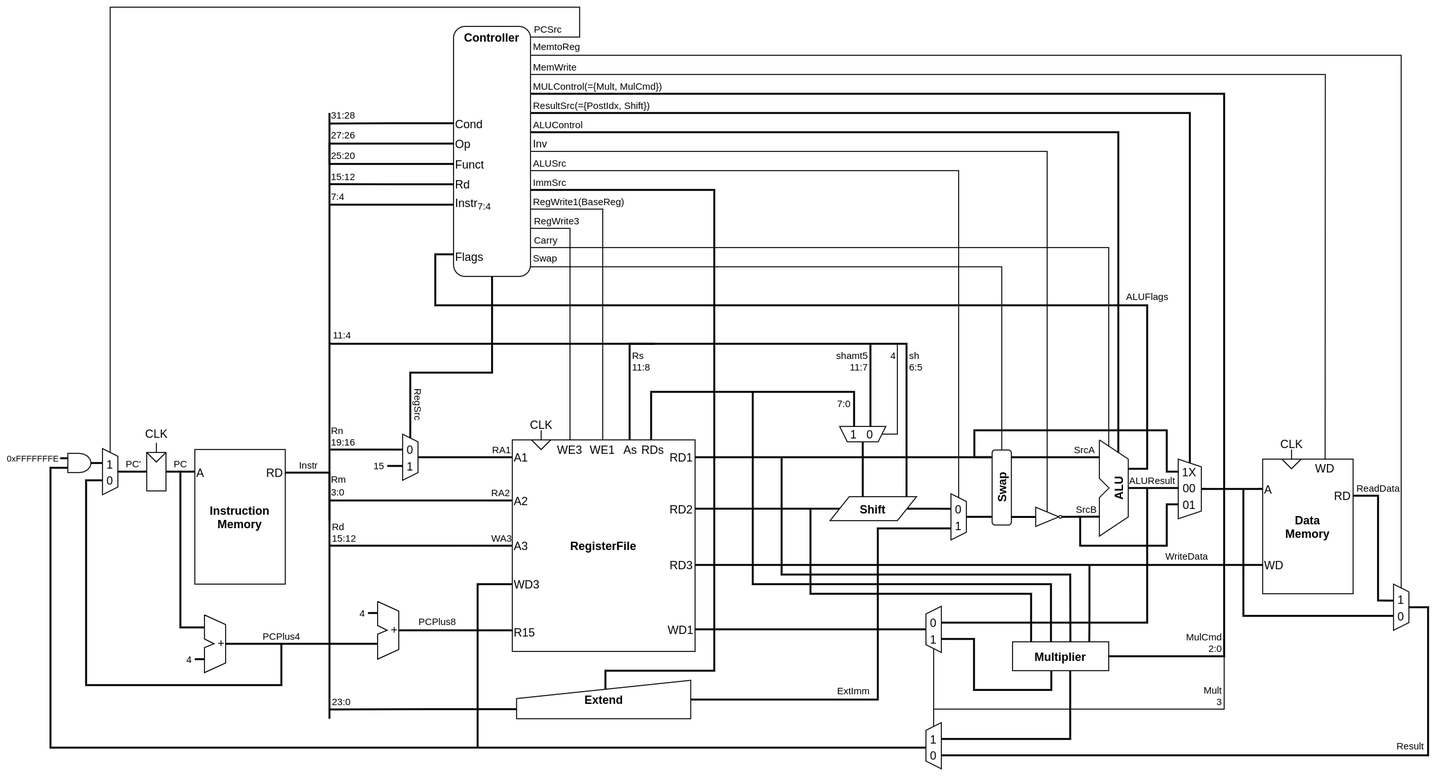
The draw.io diagram asset/arm_cpu_diagram.drawio.png in takah29/arm-cpu, before a commit. Source tidied: cells renumbered, new cells last; positions are measured from the earlier drawing's top-left corner, leaving out a move shared by most shapes.
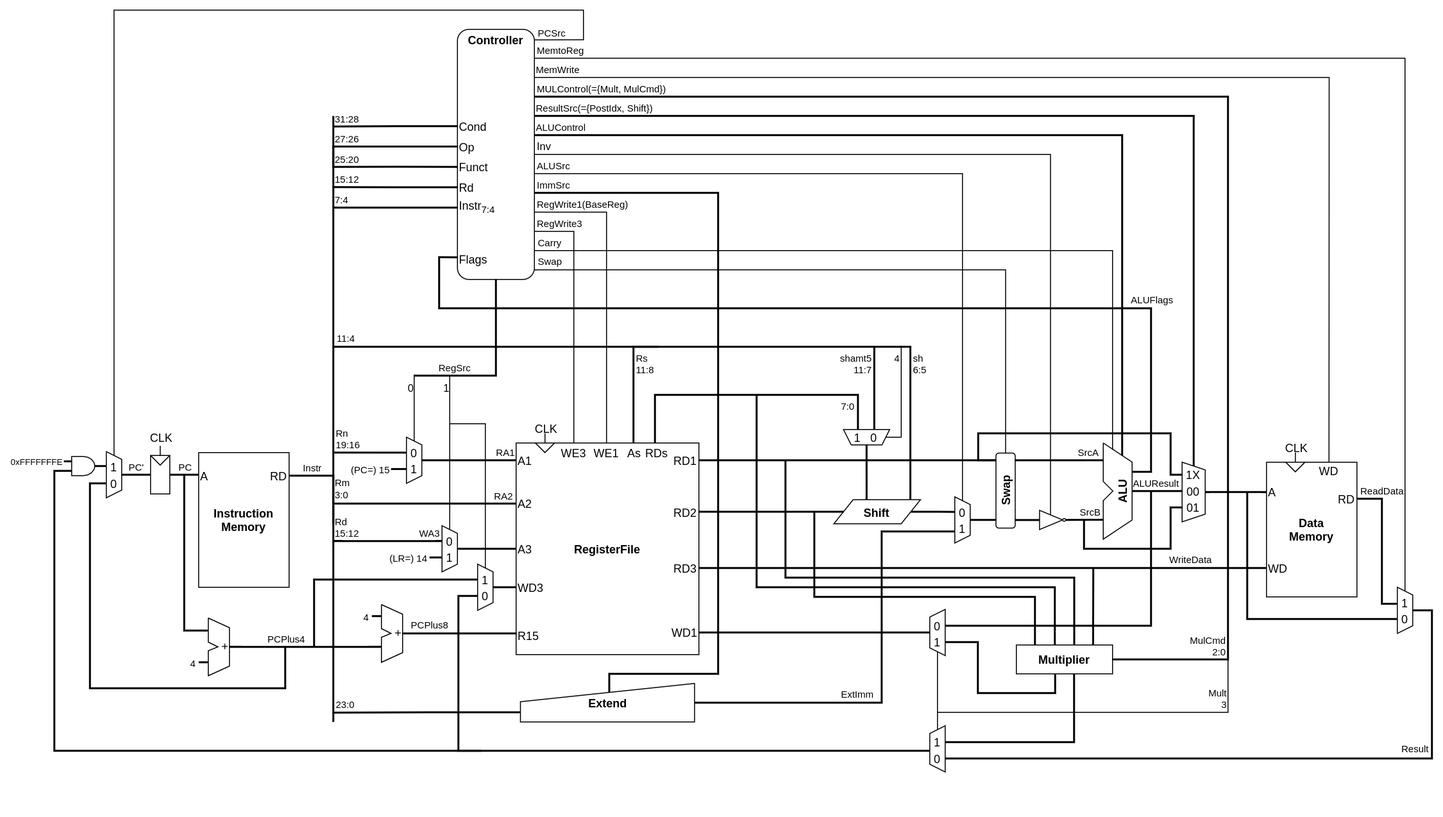
After the change.

Commit message:
回路図を修正

Change to the diagram source:
```diff
@@ -14,30 +14,31 @@
     <mxCell id="5" value="0" style="text;html=1;strokeColor=none;fillColor=none;align=center;verticalAlign=middle;whiteSpace=wrap;rounded=0;" parent="2" vertex="1">
       <mxGeometry x="3" y="6" width="10" height="20" as="geometry" />
     </mxCell>
-    <mxCell id="6" style="edgeStyle=orthogonalEdgeStyle;rounded=0;jettySize=auto;html=1;exitX=0;exitY=0.5;exitDx=0;exitDy=0;endArrow=none;endFill=0;strokeWidth=2;" parent="1" edge="1" source="94">
+    <mxCell id="6" style="edgeStyle=orthogonalEdgeStyle;rounded=0;jettySize=auto;html=1;exitX=0;exitY=0.5;exitDx=0;exitDy=0;endArrow=none;endFill=0;strokeWidth=2;" parent="1" edge="1" source="227">
       <mxGeometry relative="1" as="geometry">
-        <mxPoint x="290" y="560" as="targetPoint" />
+        <mxPoint x="290" y="552" as="targetPoint" />
         <Array as="points">
-          <mxPoint x="290" y="560" />
+          <mxPoint x="350" y="552" />
+          <mxPoint x="350" y="552" />
         </Array>
       </mxGeometry>
     </mxCell>
     <mxCell id="7" value="Rd&lt;br&gt;15:12" style="edgeLabel;html=1;align=left;verticalAlign=bottom;fontSize=10;labelBackgroundColor=none;" parent="6" vertex="1">
       <mxGeometry x="0.89" y="-1" relative="1" as="geometry">
-        <mxPoint x="-9.3" y="1" as="offset" />
+        <mxPoint x="-6.4" y="1" as="offset" />
       </mxGeometry>
     </mxCell>
     <mxCell id="8" value="WA3" style="edgeLabel;html=1;align=right;verticalAlign=bottom;fontSize=10;labelBackgroundColor=none;" parent="6" vertex="1">
       <mxGeometry x="-0.82" y="1" relative="1" as="geometry">
-        <mxPoint x="17.2" y="-1" as="offset" />
+        <mxPoint x="4.5" y="-1" as="offset" />
       </mxGeometry>
     </mxCell>
-    <mxCell id="9" style="edgeStyle=orthogonalEdgeStyle;rounded=0;jettySize=auto;html=1;exitX=0;exitY=0.5;exitDx=0;exitDy=0;endArrow=none;endFill=0;strokeWidth=2;" parent="1" edge="1" source="95">
+    <mxCell id="9" style="edgeStyle=orthogonalEdgeStyle;rounded=0;jettySize=auto;html=1;exitX=0;exitY=0.5;exitDx=0;exitDy=0;endArrow=none;endFill=0;strokeWidth=2;" parent="1" edge="1" source="220">
       <mxGeometry relative="1" as="geometry">
         <mxPoint x="444" y="770" as="targetPoint" />
         <Array as="points">
-          <mxPoint x="444" y="600" />
-          <mxPoint x="444" y="770" />
+          <mxPoint x="420" y="609" />
+          <mxPoint x="420" y="770" />
         </Array>
       </mxGeometry>
     </mxCell>
@@ -97,17 +98,18 @@
     <mxCell id="24" value="Instr&lt;sub&gt;7:4&lt;/sub&gt;" style="text;html=1;strokeColor=none;fillColor=none;align=left;verticalAlign=middle;whiteSpace=wrap;rounded=0;" parent="16" vertex="1">
       <mxGeometry x="-10" y="94.7" width="30" height="21.2" as="geometry" />
     </mxCell>
-    <mxCell id="25" style="edgeStyle=orthogonalEdgeStyle;rounded=0;jettySize=auto;html=1;exitX=0.5;exitY=1;exitDx=0;exitDy=0;endArrow=none;endFill=0;strokeWidth=2;entryX=0;entryY=0.5;entryDx=0;entryDy=0;" parent="1" edge="1" source="17" target="3">
+    <mxCell id="25" style="edgeStyle=orthogonalEdgeStyle;rounded=0;jettySize=auto;html=1;exitX=0.5;exitY=1;exitDx=0;exitDy=0;endArrow=none;endFill=0;strokeWidth=2;" parent="1" edge="1" source="17">
       <mxGeometry relative="1" as="geometry">
+        <mxPoint x="374" y="380" as="targetPoint" />
         <Array as="points">
           <mxPoint x="459" y="380" />
           <mxPoint x="374" y="380" />
         </Array>
       </mxGeometry>
     </mxCell>
-    <mxCell id="26" value="&lt;font style=&quot;font-size: 10px&quot;&gt;RegSrc&lt;/font&gt;" style="edgeLabel;html=1;align=center;verticalAlign=bottom;rotation=90;labelBackgroundColor=none;" parent="25" vertex="1">
+    <mxCell id="26" value="&lt;font style=&quot;font-size: 10px&quot;&gt;RegSrc&lt;/font&gt;" style="edgeLabel;html=1;align=center;verticalAlign=bottom;rotation=0;labelBackgroundColor=none;" parent="25" vertex="1">
       <mxGeometry x="0.68" y="1" relative="1" as="geometry">
-        <mxPoint x="-1" y="6.2" as="offset" />
+        <mxPoint x="11" y="-1" as="offset" />
       </mxGeometry>
     </mxCell>
     <mxCell id="27" style="edgeStyle=orthogonalEdgeStyle;rounded=0;jettySize=auto;html=1;exitX=0;exitY=0.5;exitDx=0;exitDy=0;endArrow=none;endFill=0;strokeWidth=2;" parent="1" edge="1" source="22">
@@ -165,9 +167,9 @@
         <mxPoint x="350" y="477" as="targetPoint" />
       </mxGeometry>
     </mxCell>
-    <mxCell id="38" value="15&amp;nbsp;" style="edgeLabel;html=1;align=right;verticalAlign=middle;fontSize=10;labelBackgroundColor=none;" parent="37" vertex="1">
+    <mxCell id="38" value="(PC=) 15" style="edgeLabel;html=1;align=right;verticalAlign=middle;fontSize=10;labelBackgroundColor=none;" parent="37" vertex="1">
       <mxGeometry x="0.26" relative="1" as="geometry">
-        <mxPoint x="-6" as="offset" />
+        <mxPoint x="-7" as="offset" />
       </mxGeometry>
     </mxCell>
     <mxCell id="39" style="edgeStyle=orthogonalEdgeStyle;rounded=0;jettySize=auto;html=1;endArrow=none;endFill=0;strokeWidth=2;exitX=0.883;exitY=0.001;exitDx=0;exitDy=0;exitPerimeter=0;" parent="1" edge="1" source="46">
@@ -709,7 +711,9 @@
       <mxGeometry relative="1" as="geometry" />
     </mxCell>
     <mxCell id="150" value="&lt;font style=&quot;font-size: 10px&quot;&gt;PCPlus8&lt;/font&gt;" style="edgeLabel;html=1;align=center;verticalAlign=bottom;fontSize=7;labelBackgroundColor=none;" parent="149" vertex="1">
-      <mxGeometry x="-0.32" y="1" relative="1" as="geometry" />
+      <mxGeometry x="-0.32" y="1" relative="1" as="geometry">
+        <mxPoint x="-13" as="offset" />
+      </mxGeometry>
     </mxCell>
     <mxCell id="151" style="group;rotation=90;" parent="1" vertex="1">
       <mxGeometry x="836.3" y="420" width="16" height="48" as="geometry" />
@@ -1017,7 +1021,7 @@
       </mxGeometry>
     </mxCell>
     <mxCell id="201" style="group;rotation=-180;" parent="1" vertex="1">
-      <mxGeometry x="910" y="746" width="16" height="48" as="geometry" />
+      <mxGeometry x="910" y="746" width="260" height="82" as="geometry" />
     </mxCell>
     <mxCell id="202" style="shape=trapezoid;perimeter=trapezoidPerimeter;whiteSpace=wrap;html=1;fixedSize=1;rotation=-90;size=8;" parent="201" vertex="1">
       <mxGeometry x="-16" y="14" width="48" height="16" as="geometry" />
@@ -1098,5 +1102,82 @@
         <mxPoint x="10" y="469" as="targetPoint" />
       </mxGeometry>
     </mxCell>
+    <mxCell id="218" style="group;" parent="1" vertex="1">
+      <mxGeometry x="440" y="576" width="16" height="48" as="geometry" />
+    </mxCell>
+    <mxCell id="219" style="shape=trapezoid;perimeter=trapezoidPerimeter;whiteSpace=wrap;html=1;fixedSize=1;rotation=90;size=8;" parent="218" vertex="1">
+      <mxGeometry x="-16" y="16" width="48" height="16" as="geometry" />
+    </mxCell>
+    <mxCell id="220" value="0" style="text;html=1;strokeColor=none;fillColor=none;align=center;verticalAlign=middle;whiteSpace=wrap;rounded=0;" parent="218" vertex="1">
+      <mxGeometry x="3" y="23" width="10" height="20" as="geometry" />
+    </mxCell>
+    <mxCell id="221" value="1" style="text;html=1;strokeColor=none;fillColor=none;align=center;verticalAlign=middle;whiteSpace=wrap;rounded=0;" parent="218" vertex="1">
+      <mxGeometry x="3" y="6" width="10" height="20" as="geometry" />
+    </mxCell>
+    <mxCell id="222" style="edgeStyle=orthogonalEdgeStyle;rounded=0;orthogonalLoop=1;jettySize=auto;html=1;endArrow=none;endFill=0;strokeWidth=2;" parent="1" edge="1">
+      <mxGeometry relative="1" as="geometry">
+        <mxPoint x="440" y="592" as="sourcePoint" />
+        <mxPoint x="270" y="662" as="targetPoint" />
+      </mxGeometry>
+    </mxCell>
+    <mxCell id="223" style="edgeStyle=orthogonalEdgeStyle;rounded=0;jettySize=auto;html=1;exitX=0.5;exitY=0;exitDx=0;exitDy=0;entryX=0;entryY=0.5;entryDx=0;entryDy=0;endArrow=none;endFill=0;strokeWidth=2;" parent="1" edge="1" source="219" target="95">
+      <mxGeometry relative="1" as="geometry" />
+    </mxCell>
+    <mxCell id="224" style="group;" parent="1" vertex="1">
+      <mxGeometry x="403" y="536" width="16" height="48" as="geometry" />
+    </mxCell>
+    <mxCell id="225" style="shape=trapezoid;perimeter=trapezoidPerimeter;whiteSpace=wrap;html=1;fixedSize=1;rotation=90;size=8;" parent="224" vertex="1">
+      <mxGeometry x="-16" y="16" width="48" height="16" as="geometry" />
+    </mxCell>
+    <mxCell id="226" value="1" style="text;html=1;strokeColor=none;fillColor=none;align=center;verticalAlign=middle;whiteSpace=wrap;rounded=0;" parent="224" vertex="1">
+      <mxGeometry x="3" y="23" width="10" height="20" as="geometry" />
+    </mxCell>
+    <mxCell id="227" value="0" style="text;html=1;strokeColor=none;fillColor=none;align=center;verticalAlign=middle;whiteSpace=wrap;rounded=0;" parent="224" vertex="1">
+      <mxGeometry x="3" y="6" width="10" height="20" as="geometry" />
+    </mxCell>
+    <mxCell id="228" style="edgeStyle=orthogonalEdgeStyle;rounded=0;orthogonalLoop=1;jettySize=auto;html=1;endArrow=none;endFill=0;strokeWidth=2;" parent="1" edge="1">
+      <mxGeometry relative="1" as="geometry">
+        <mxPoint x="403" y="569" as="sourcePoint" />
+        <mxPoint x="390" y="569" as="targetPoint" />
+      </mxGeometry>
+    </mxCell>
+    <mxCell id="229" value="&lt;font style=&quot;font-size: 10px&quot;&gt;(LR=) 14&lt;/font&gt;" style="edgeLabel;html=1;align=right;verticalAlign=middle;labelBackgroundColor=none;" parent="228" vertex="1">
+      <mxGeometry x="0.78" relative="1" as="geometry">
+        <mxPoint x="-3" as="offset" />
+      </mxGeometry>
+    </mxCell>
+    <mxCell id="230" style="edgeStyle=orthogonalEdgeStyle;rounded=0;jettySize=auto;html=1;exitX=0;exitY=0.5;exitDx=0;exitDy=0;entryX=0.5;entryY=0;entryDx=0;entryDy=0;endArrow=none;endFill=0;strokeWidth=2;" parent="1" edge="1" source="94" target="225">
+      <mxGeometry relative="1" as="geometry" />
+    </mxCell>
+    <mxCell id="231" style="edgeStyle=orthogonalEdgeStyle;rounded=0;orthogonalLoop=1;jettySize=auto;html=1;endArrow=none;endFill=0;strokeWidth=1;" parent="1" edge="1">
+      <mxGeometry relative="1" as="geometry">
+        <mxPoint x="374" y="448" as="sourcePoint" />
+        <mxPoint x="374" y="379" as="targetPoint" />
+      </mxGeometry>
+    </mxCell>
+    <mxCell id="232" value="0" style="edgeLabel;html=1;align=right;verticalAlign=top;labelBackgroundColor=none;" parent="231" vertex="1">
+      <mxGeometry x="0.74" y="-1" relative="1" as="geometry">
+        <mxPoint x="-1" y="-7.8" as="offset" />
+      </mxGeometry>
+    </mxCell>
+    <mxCell id="233" style="edgeStyle=orthogonalEdgeStyle;rounded=0;orthogonalLoop=1;jettySize=auto;html=1;endArrow=none;endFill=0;strokeWidth=1;" parent="1" edge="1">
+      <mxGeometry relative="1" as="geometry">
+        <mxPoint x="411" y="540" as="sourcePoint" />
+        <mxPoint x="411" y="380" as="targetPoint" />
+      </mxGeometry>
+    </mxCell>
+    <mxCell id="234" value="1" style="edgeLabel;html=1;align=right;verticalAlign=top;labelBackgroundColor=none;" parent="233" vertex="1">
+      <mxGeometry x="0.8" y="-2" relative="1" as="geometry">
+        <mxPoint x="-2" y="-16" as="offset" />
+      </mxGeometry>
+    </mxCell>
+    <mxCell id="235" style="edgeStyle=orthogonalEdgeStyle;rounded=0;jettySize=auto;html=1;exitX=0;exitY=0.5;exitDx=0;exitDy=0;endArrow=none;endFill=0;strokeWidth=1;" parent="1" edge="1" source="219">
+      <mxGeometry relative="1" as="geometry">
+        <mxPoint x="411" y="430" as="targetPoint" />
+        <Array as="points">
+          <mxPoint x="448" y="430" />
+        </Array>
+      </mxGeometry>
+    </mxCell>
   </root>
 </mxGraphModel>
```
